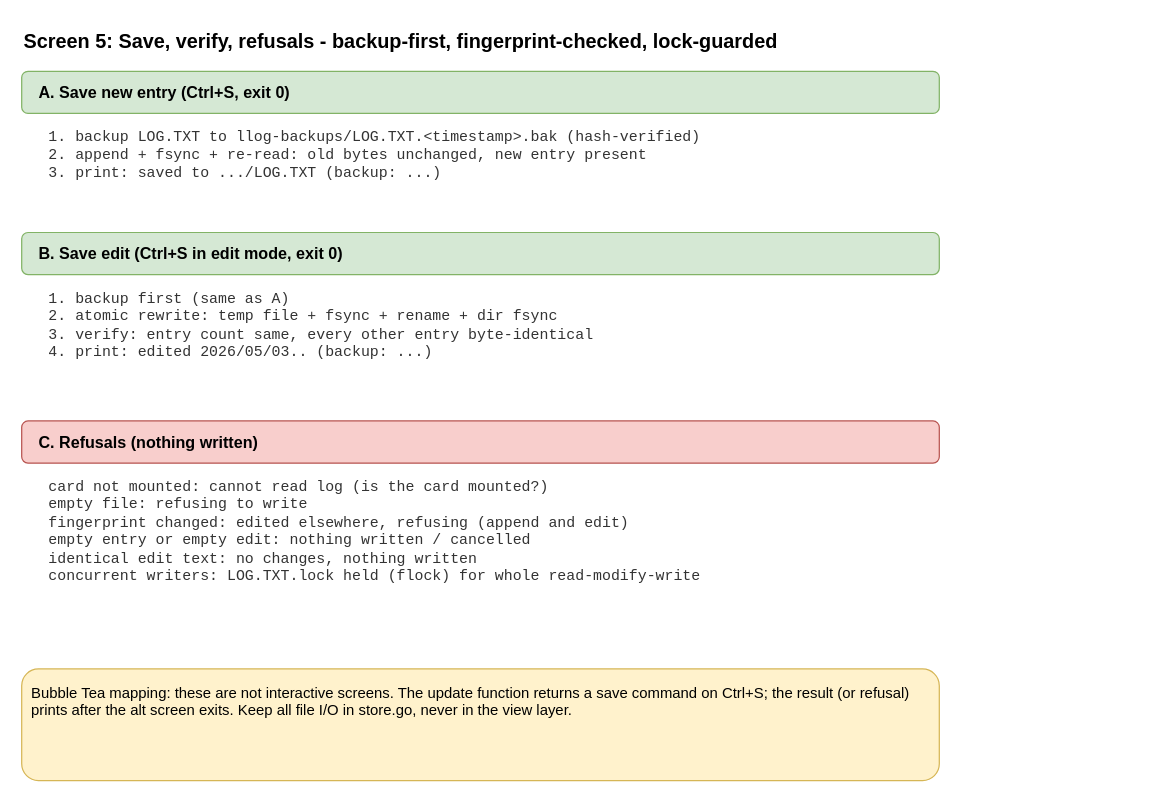
This is page "5 Save and errors" (6 of 6) of llog_TUI.drawio from nadeeshafdo/llog, a draw.io file, before an edit. Source tidied: cells renumbered, new cells numbered last; positions are measured from the earlier drawing's top-left corner, leaving out a move shared by most shapes. Both pictures are drawn from the tidied source at 124%, with x=0, y=0 at pixel (21, 21).
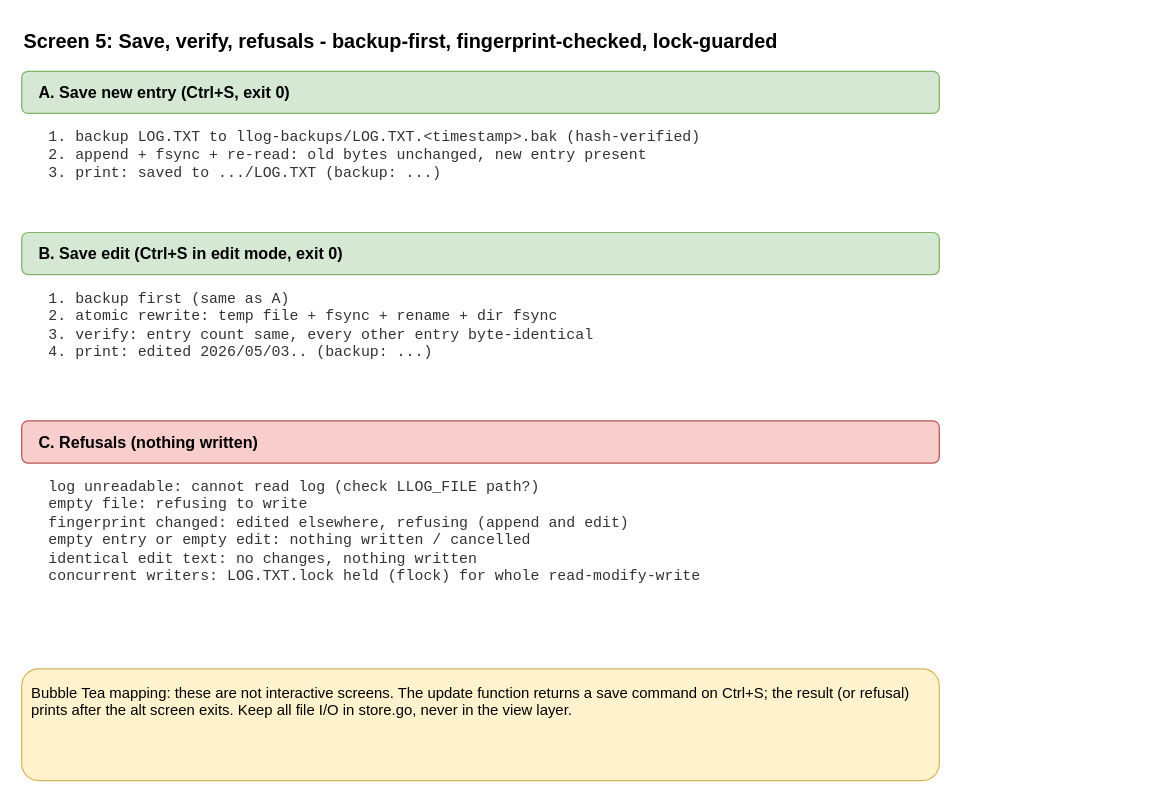
The same diagram, later.

What changed in the source:
```diff
@@
 <mxGraphModel>
   <root>
     <mxCell id="0" />
     <mxCell id="1" parent="0" />
     <mxCell id="2" value="Screen 5: Save, verify, refusals - backup-first, fingerprint-checked, lock-guarded" style="text;html=1;whiteSpace=wrap;align=left;fontSize=16;fontStyle=1;" parent="1" vertex="1">
       <mxGeometry width="900" height="30" as="geometry" />
     </mxCell>
     <mxCell id="3" value="A. Save new entry (Ctrl+S, exit 0)" style="rounded=1;whiteSpace=wrap;html=1;fillColor=#D5E8D4;strokeColor=#82B366;fontSize=13;fontStyle=1;align=left;verticalAlign=middle;spacingLeft=12;" parent="1" vertex="1">
       <mxGeometry y="40" width="740" height="34" as="geometry" />
     </mxCell>
     <mxCell id="4" value="1. backup LOG.TXT to llog-backups/LOG.TXT.&amp;lt;timestamp&amp;gt;.bak (hash-verified)&lt;br&gt;2. append + fsync + re-read: old bytes unchanged, new entry present&lt;br&gt;3. print: saved to .../LOG.TXT (backup: ...)" style="text;html=1;whiteSpace=wrap;align=left;fontSize=12;fontColor=#333333;fontFamily=Courier New;" parent="1" vertex="1">
       <mxGeometry x="20" y="80" width="700" height="70" as="geometry" />
     </mxCell>
     <mxCell id="5" value="B. Save edit (Ctrl+S in edit mode, exit 0)" style="rounded=1;whiteSpace=wrap;html=1;fillColor=#D5E8D4;strokeColor=#82B366;fontSize=13;fontStyle=1;align=left;verticalAlign=middle;spacingLeft=12;" parent="1" vertex="1">
       <mxGeometry y="170" width="740" height="34" as="geometry" />
     </mxCell>
     <mxCell id="6" value="1. backup first (same as A)&lt;br&gt;2. atomic rewrite: temp file + fsync + rename + dir fsync&lt;br&gt;3. verify: entry count same, every other entry byte-identical&lt;br&gt;4. print: edited 2026/05/03.. (backup: ...)" style="text;html=1;whiteSpace=wrap;align=left;fontSize=12;fontColor=#333333;fontFamily=Courier New;" parent="1" vertex="1">
       <mxGeometry x="20" y="210" width="700" height="92" as="geometry" />
     </mxCell>
     <mxCell id="7" value="C. Refusals (nothing written)" style="rounded=1;whiteSpace=wrap;html=1;fillColor=#F8CECC;strokeColor=#B85450;fontSize=13;fontStyle=1;align=left;verticalAlign=middle;spacingLeft=12;" parent="1" vertex="1">
       <mxGeometry y="322" width="740" height="34" as="geometry" />
     </mxCell>
-    <mxCell id="8" value="card not mounted: cannot read log (is the card mounted?)&lt;br&gt;empty file: refusing to write&lt;br&gt;fingerprint changed: edited elsewhere, refusing (append and edit)&lt;br&gt;empty entry or empty edit: nothing written / cancelled&lt;br&gt;identical edit text: no changes, nothing written&lt;br&gt;concurrent writers: LOG.TXT.lock held (flock) for whole read-modify-write" style="text;html=1;whiteSpace=wrap;align=left;fontSize=12;fontColor=#333333;fontFamily=Courier New;" parent="1" vertex="1">
+    <mxCell id="8" value="log unreadable: cannot read log (check LLOG_FILE path?)&lt;br&gt;empty file: refusing to write&lt;br&gt;fingerprint changed: edited elsewhere, refusing (append and edit)&lt;br&gt;empty entry or empty edit: nothing written / cancelled&lt;br&gt;identical edit text: no changes, nothing written&lt;br&gt;concurrent writers: LOG.TXT.lock held (flock) for whole read-modify-write" style="text;html=1;whiteSpace=wrap;align=left;fontSize=12;fontColor=#333333;fontFamily=Courier New;" parent="1" vertex="1">
       <mxGeometry x="20" y="362" width="700" height="140" as="geometry" />
     </mxCell>
     <mxCell id="9" value="Bubble Tea mapping: these are not interactive screens. The update function returns a save command on Ctrl+S; the result (or refusal) prints after the alt screen exits. Keep all file I/O in store.go, never in the view layer." style="rounded=1;whiteSpace=wrap;html=1;fillColor=#FFF2CC;strokeColor=#D6B656;fontSize=12;align=left;verticalAlign=top;spacing=8;" parent="1" vertex="1">
       <mxGeometry y="522" width="740" height="90" as="geometry" />
     </mxCell>
   </root>
 </mxGraphModel>
```
